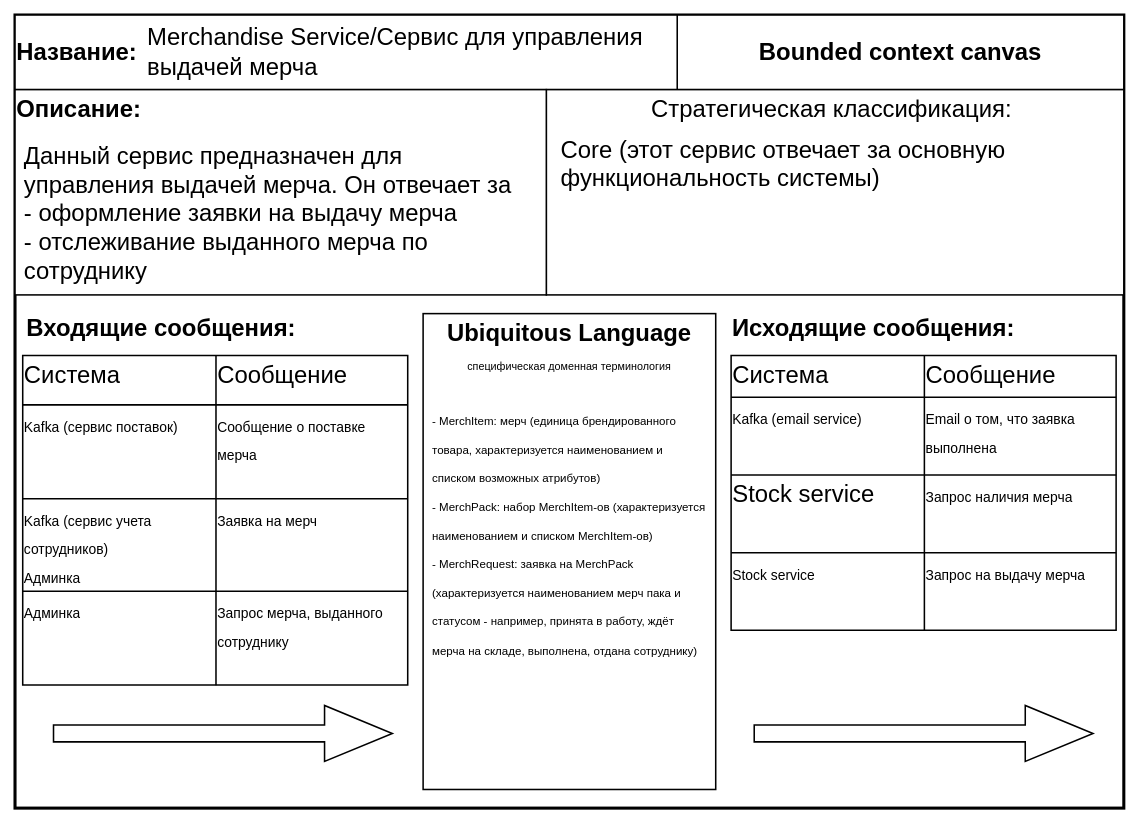
Earlier version of the draw.io diagram Bounded Context Canvas Template.drawio (routeCsharp256/mlitvinova). Source tidied: cells renumbered, new cells numbered last; positions are measured from the earlier drawing's top-left corner, leaving out a move shared by most shapes. Both pictures are drawn from the tidied source at 77%, with x=0, y=0 at pixel (15, 15).
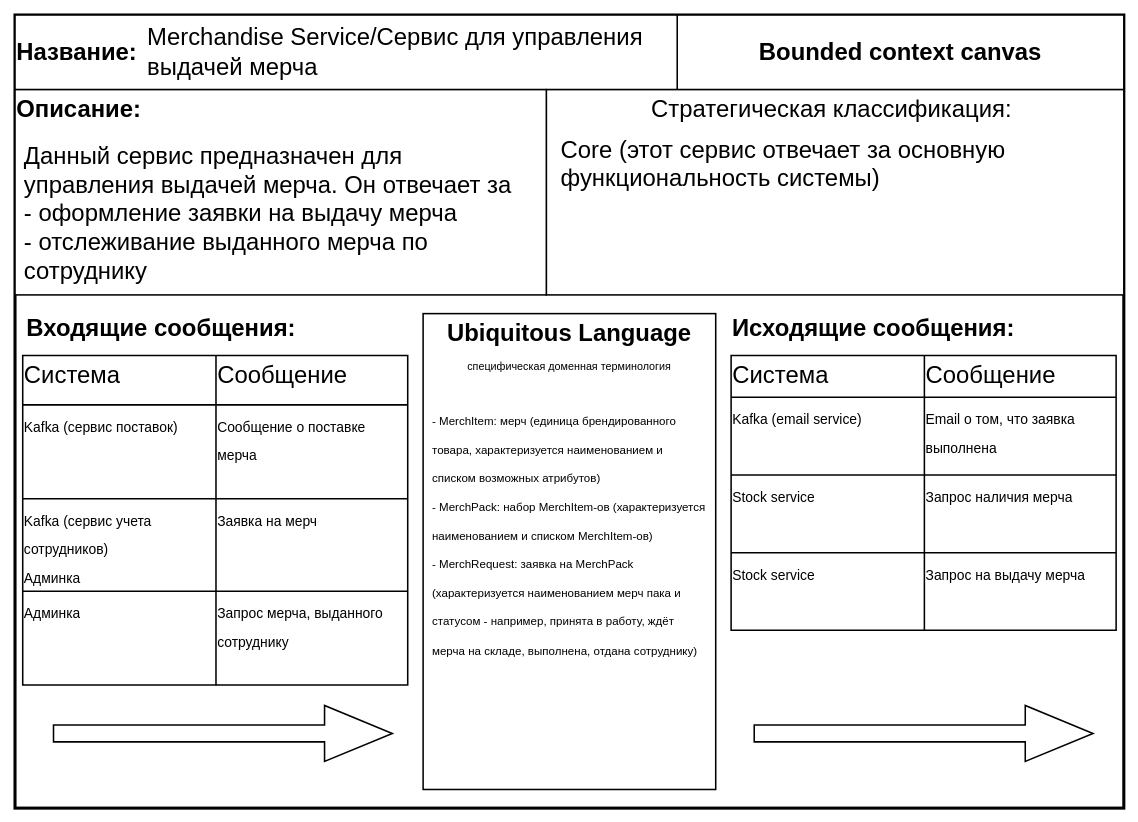
The same diagram, later.

Unchanged cells that the change refers to:
```xml
<mxCell id="29" style="shape=partialRectangle;html=1;whiteSpace=wrap;fillColor=none;top=0;left=0;bottom=0;right=0;rounded=0;shadow=0;glass=0;sketch=0;fontSize=31;strokeColor=default;strokeWidth=2;align=left;verticalAlign=top;" parent="22" vertex="1">
  <mxGeometry y="155" width="500" height="101" as="geometry" />
</mxCell>
```

Change to the diagram source:
```diff
@@
-    <mxCell id="30" value="Stock service" style="shape=partialRectangle;html=1;whiteSpace=wrap;fillColor=none;top=0;left=0;bottom=0;right=0;overflow=hidden;rounded=0;shadow=0;glass=0;sketch=0;fontSize=31;strokeColor=default;strokeWidth=2;align=left;verticalAlign=top;" parent="29" vertex="1">
+    <mxCell id="30" value="&lt;font style=&quot;font-size: 18px&quot;&gt;Stock service&lt;/font&gt;" style="shape=partialRectangle;html=1;whiteSpace=wrap;fillColor=none;top=0;left=0;bottom=0;right=0;overflow=hidden;rounded=0;shadow=0;glass=0;sketch=0;fontSize=31;strokeColor=default;strokeWidth=2;align=left;verticalAlign=top;" parent="29" vertex="1">
       <mxGeometry width="251" height="101" as="geometry" />
     </mxCell>
```
